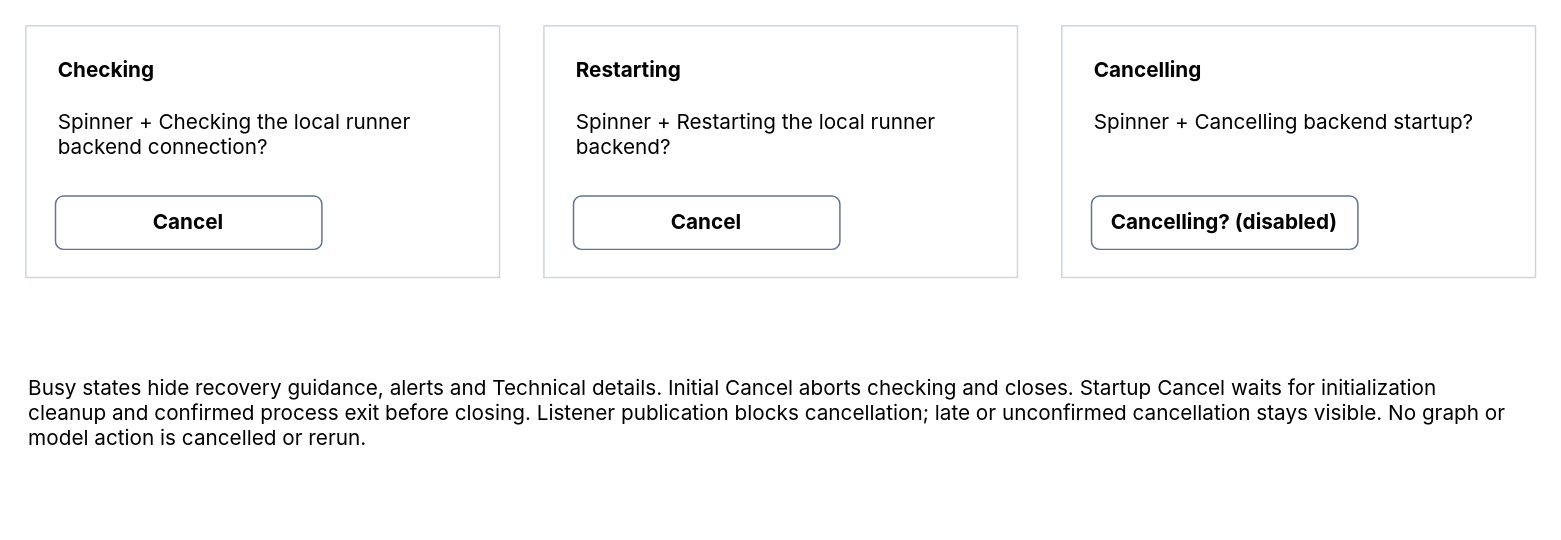
The draw.io diagram page "Busy states and cancellation" (7 of 11) of projects/laomedo/subsystems/agent-execution/design/local-runner-recovery.drawio in amadou-6e/specs, before the edit. Source tidied: cells renumbered, new cells numbered last; positions are measured from the earlier drawing's top-left corner, leaving out a move shared by most shapes. Both pictures are drawn from the tidied source at 148%, with x=0, y=0 at pixel (25, 25).
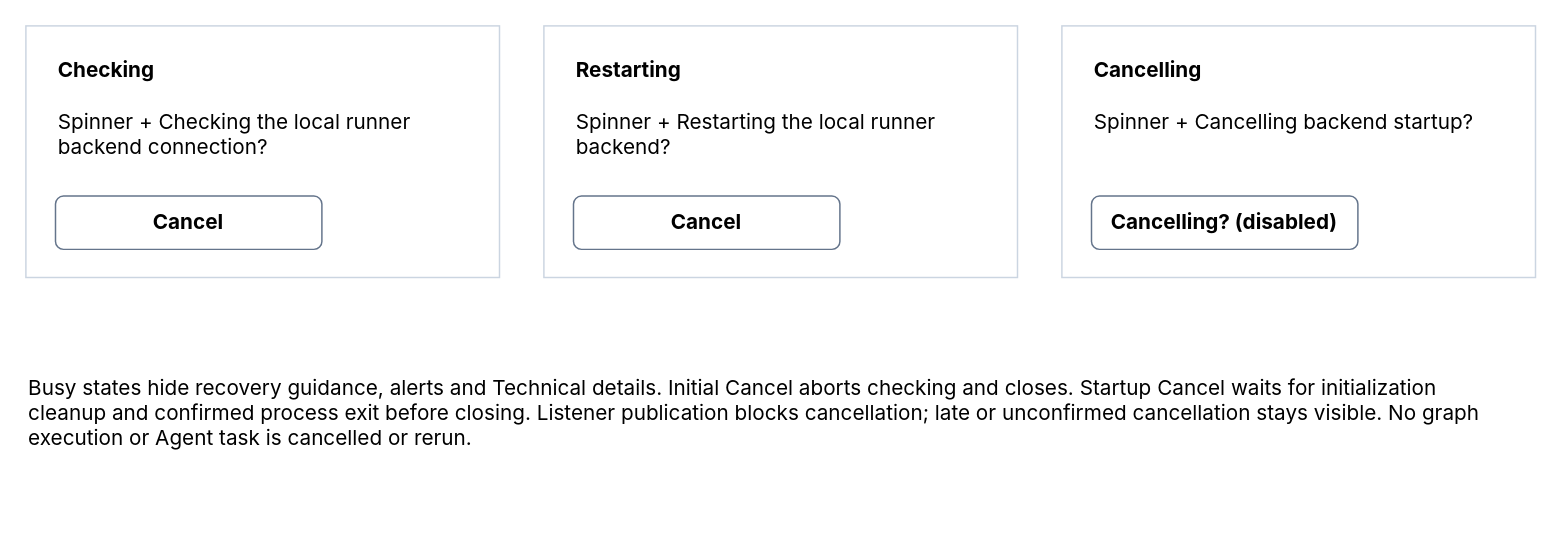
Above is the later version.

Commit message (it also covers changes not shown here):
Specify automatic model discovery after explicit runner startup

Change to the diagram source:
```diff
@@
 <mxGraphModel>
   <root>
     <mxCell id="0" />
     <mxCell id="1" parent="0" />
     <mxCell id="2" style="fontFamily=Inter,Arial,sans-serif;fontSize=14;whiteSpace=wrap;html=1;fillColor=#FFFFFF;strokeColor=#CBD5E1;" parent="1" vertex="1">
       <mxGeometry width="320" height="170" as="geometry" />
     </mxCell>
     <mxCell id="3" value="Checking" style="fontFamily=Inter,Arial,sans-serif;fontSize=14;whiteSpace=wrap;html=1;text;align=left;fontStyle=1;strokeColor=none;fillColor=none;" parent="1" vertex="1">
       <mxGeometry x="20" y="15" width="280" height="22" as="geometry" />
     </mxCell>
     <mxCell id="4" value="Spinner + Checking the local runner backend connection?" style="fontFamily=Inter,Arial,sans-serif;fontSize=14;whiteSpace=wrap;html=1;text;align=left;strokeColor=none;fillColor=none;" parent="1" vertex="1">
       <mxGeometry x="20" y="50" width="280" height="50" as="geometry" />
     </mxCell>
     <mxCell id="5" value="Cancel" style="fontFamily=Inter,Arial,sans-serif;fontSize=14;whiteSpace=wrap;html=1;rounded=1;fillColor=#FFFFFF;strokeColor=#64748B;fontStyle=1;" parent="1" vertex="1">
       <mxGeometry x="20" y="115" width="180" height="36" as="geometry" />
     </mxCell>
     <mxCell id="6" style="fontFamily=Inter,Arial,sans-serif;fontSize=14;whiteSpace=wrap;html=1;fillColor=#FFFFFF;strokeColor=#CBD5E1;" parent="1" vertex="1">
       <mxGeometry x="350" width="320" height="170" as="geometry" />
     </mxCell>
     <mxCell id="7" value="Restarting" style="fontFamily=Inter,Arial,sans-serif;fontSize=14;whiteSpace=wrap;html=1;text;align=left;fontStyle=1;strokeColor=none;fillColor=none;" parent="1" vertex="1">
       <mxGeometry x="370" y="15" width="280" height="22" as="geometry" />
     </mxCell>
     <mxCell id="8" value="Spinner + Restarting the local runner backend?" style="fontFamily=Inter,Arial,sans-serif;fontSize=14;whiteSpace=wrap;html=1;text;align=left;strokeColor=none;fillColor=none;" parent="1" vertex="1">
       <mxGeometry x="370" y="50" width="280" height="50" as="geometry" />
     </mxCell>
     <mxCell id="9" value="Cancel" style="fontFamily=Inter,Arial,sans-serif;fontSize=14;whiteSpace=wrap;html=1;rounded=1;fillColor=#FFFFFF;strokeColor=#64748B;fontStyle=1;" parent="1" vertex="1">
       <mxGeometry x="370" y="115" width="180" height="36" as="geometry" />
     </mxCell>
     <mxCell id="10" style="fontFamily=Inter,Arial,sans-serif;fontSize=14;whiteSpace=wrap;html=1;fillColor=#FFFFFF;strokeColor=#CBD5E1;" parent="1" vertex="1">
       <mxGeometry x="700" width="320" height="170" as="geometry" />
     </mxCell>
     <mxCell id="11" value="Cancelling" style="fontFamily=Inter,Arial,sans-serif;fontSize=14;whiteSpace=wrap;html=1;text;align=left;fontStyle=1;strokeColor=none;fillColor=none;" parent="1" vertex="1">
       <mxGeometry x="720" y="15" width="280" height="22" as="geometry" />
     </mxCell>
     <mxCell id="12" value="Spinner + Cancelling backend startup?" style="fontFamily=Inter,Arial,sans-serif;fontSize=14;whiteSpace=wrap;html=1;text;align=left;strokeColor=none;fillColor=none;" parent="1" vertex="1">
       <mxGeometry x="720" y="50" width="280" height="50" as="geometry" />
     </mxCell>
     <mxCell id="13" value="Cancelling? (disabled)" style="fontFamily=Inter,Arial,sans-serif;fontSize=14;whiteSpace=wrap;html=1;rounded=1;fillColor=#FFFFFF;strokeColor=#64748B;fontStyle=1;" parent="1" vertex="1">
       <mxGeometry x="720" y="115" width="180" height="36" as="geometry" />
     </mxCell>
-    <mxCell id="14" value="Busy states hide recovery guidance, alerts and Technical details. Initial Cancel aborts checking and closes. Startup Cancel waits for initialization cleanup and confirmed process exit before closing. Listener publication blocks cancellation; late or unconfirmed cancellation stays visible. No graph or model action is cancelled or rerun." style="text;fontFamily=Inter,Arial,sans-serif;fontSize=14;whiteSpace=wrap;html=1;align=left;" parent="1" vertex="1">
+    <mxCell id="14" value="Busy states hide recovery guidance, alerts and Technical details. Initial Cancel aborts checking and closes. Startup Cancel waits for initialization cleanup and confirmed process exit before closing. Listener publication blocks cancellation; late or unconfirmed cancellation stays visible. No graph execution or Agent task is cancelled or rerun." style="text;fontFamily=Inter,Arial,sans-serif;fontSize=14;whiteSpace=wrap;html=1;align=left;" parent="1" vertex="1">
       <mxGeometry y="230" width="1000" height="100" as="geometry" />
     </mxCell>
   </root>
 </mxGraphModel>
```
